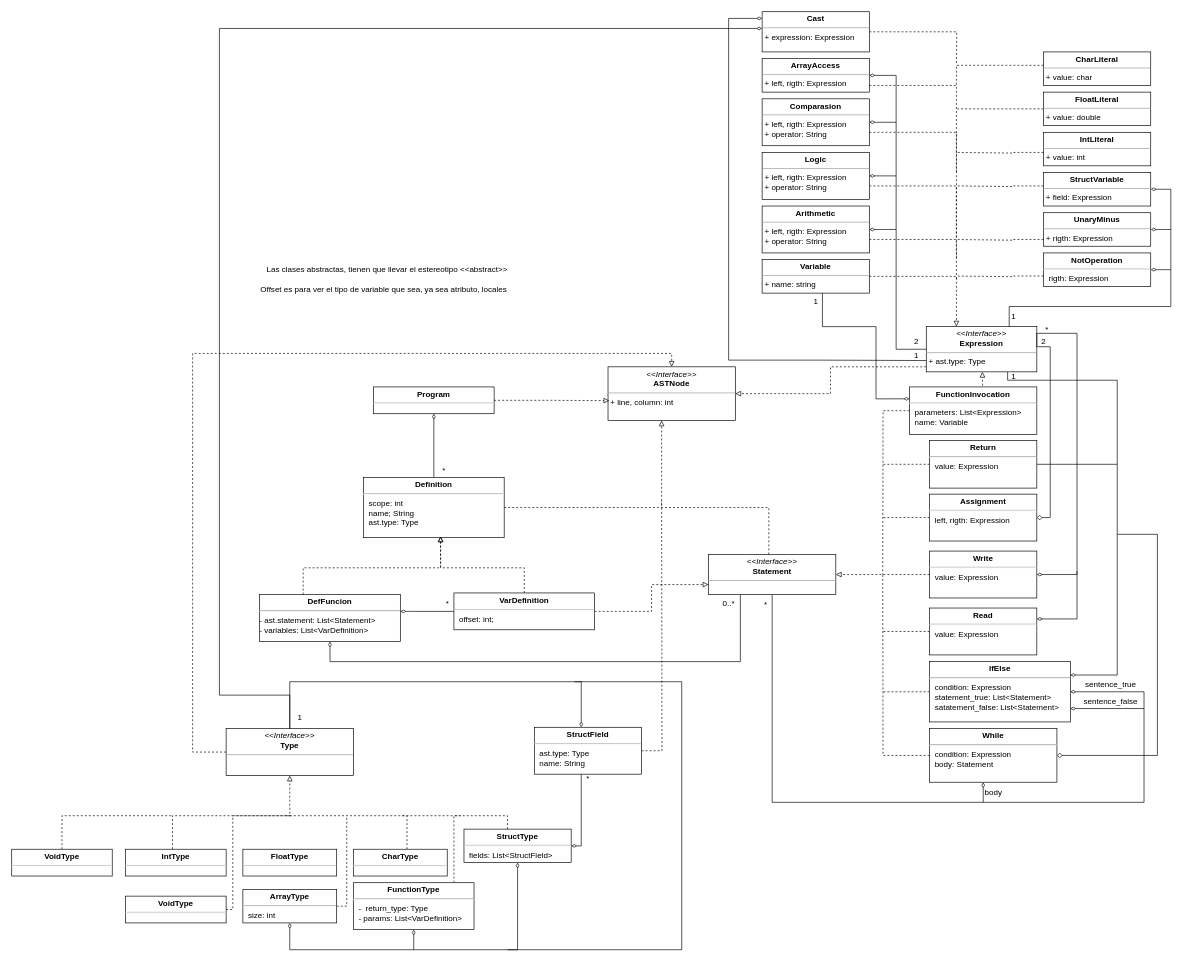
This is page "Page-1" (1 of 2) of diagrams/lab02-UO275780.drawio from AnaOstio/dlp, a draw.io file, before an edit. Source tidied: cells renumbered, new cells numbered last; positions are measured from the earlier drawing's top-left corner, leaving out a move shared by most shapes. Both pictures are drawn from the tidied source at 67%, with x=0, y=0 at pixel (11, 11).
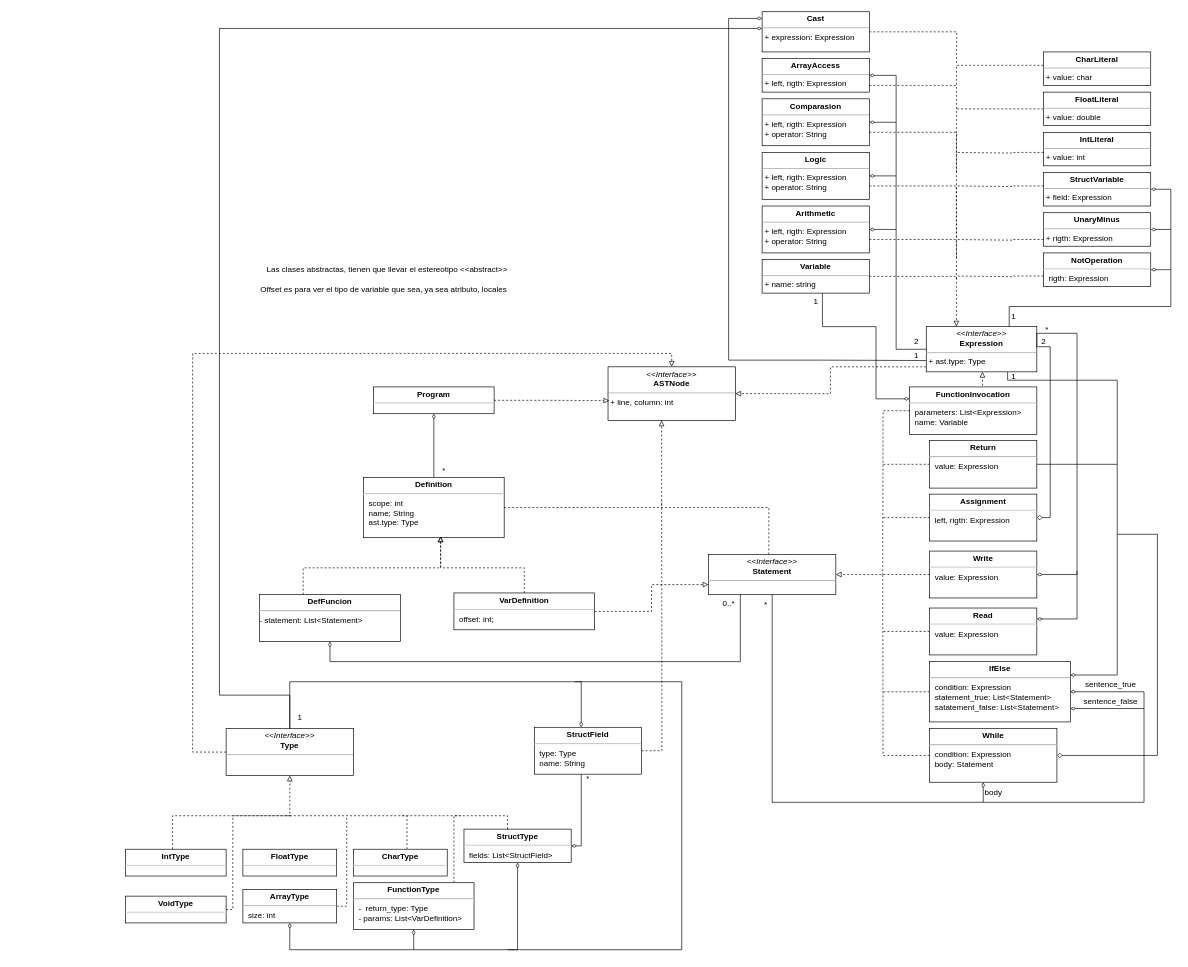
After the change.

Commit message:
Lab02 - Casa - diagram

The change refers to these unchanged cells:
```xml
<mxCell id="31" value="&lt;p style=&quot;margin: 4px 0px 0px; text-align: center;&quot;&gt;&lt;b&gt;VarDefinition&lt;/b&gt;&lt;/p&gt;&lt;hr&gt;&lt;p style=&quot;margin:0px;margin-left:8px;&quot;&gt;&lt;span style=&quot;background-color: initial;&quot;&gt;offset: int;&lt;/span&gt;&lt;/p&gt;" style="verticalAlign=top;align=left;overflow=fill;fontSize=12;fontFamily=Helvetica;html=1;whiteSpace=wrap;" parent="1" vertex="1">
  <mxGeometry x="660" y="867.5" width="210" height="55" as="geometry" />
</mxCell>
```

Diff of the diagram source:
```diff
@@
-    <mxCell id="27" style="edgeStyle=orthogonalEdgeStyle;rounded=0;jettySize=auto;html=1;entryX=0;entryY=0.5;entryDx=0;entryDy=0;endArrow=none;endFill=0;startArrow=diamondThin;startFill=0;" parent="1" edge="1" source="29" target="31">
-      <mxGeometry relative="1" as="geometry">
-        <Array as="points">
-          <mxPoint x="600" y="895" />
-          <mxPoint x="600" y="895" />
-        </Array>
-      </mxGeometry>
-    </mxCell>
@@
-    <mxCell id="29" value="&lt;p style=&quot;margin: 4px 0px 0px; text-align: center;&quot;&gt;&lt;b&gt;DefFuncion&lt;/b&gt;&lt;/p&gt;&lt;hr&gt;- ast.statement&lt;span style=&quot;background-color: initial;&quot;&gt;: List&amp;lt;Statement&amp;gt;&lt;br&gt;- variables: List&amp;lt;VarDefinition&amp;gt;&lt;br&gt;&lt;/span&gt;" style="verticalAlign=top;align=left;overflow=fill;fontSize=12;fontFamily=Helvetica;html=1;whiteSpace=wrap;" parent="1" vertex="1">
+    <mxCell id="29" value="&lt;p style=&quot;margin: 4px 0px 0px; text-align: center;&quot;&gt;&lt;b&gt;DefFuncion&lt;/b&gt;&lt;/p&gt;&lt;hr&gt;- statement&lt;span style=&quot;background-color: initial;&quot;&gt;: List&amp;lt;Statement&amp;gt;&lt;br&gt;&lt;/span&gt;" style="verticalAlign=top;align=left;overflow=fill;fontSize=12;fontFamily=Helvetica;html=1;whiteSpace=wrap;" parent="1" vertex="1">
       <mxGeometry x="370" y="870" width="210" height="70" as="geometry" />
     </mxCell>
@@
-    <mxCell id="103" value="&lt;p style=&quot;margin: 4px 0px 0px; text-align: center;&quot;&gt;&lt;b&gt;StructField&lt;/b&gt;&lt;/p&gt;&lt;hr&gt;&lt;p style=&quot;margin:0px;margin-left:8px;&quot;&gt;ast.type: Type&lt;/p&gt;&lt;p style=&quot;margin:0px;margin-left:8px;&quot;&gt;name: String&lt;/p&gt;&lt;p style=&quot;margin:0px;margin-left:8px;&quot;&gt;&lt;br&gt;&lt;/p&gt;" style="verticalAlign=top;align=left;overflow=fill;fontSize=12;fontFamily=Helvetica;html=1;whiteSpace=wrap;" parent="1" vertex="1">
+    <mxCell id="103" value="&lt;p style=&quot;margin: 4px 0px 0px; text-align: center;&quot;&gt;&lt;b&gt;StructField&lt;/b&gt;&lt;/p&gt;&lt;hr&gt;&lt;p style=&quot;margin:0px;margin-left:8px;&quot;&gt;type: Type&lt;/p&gt;&lt;p style=&quot;margin:0px;margin-left:8px;&quot;&gt;name: String&lt;/p&gt;&lt;p style=&quot;margin:0px;margin-left:8px;&quot;&gt;&lt;br&gt;&lt;/p&gt;" style="verticalAlign=top;align=left;overflow=fill;fontSize=12;fontFamily=Helvetica;html=1;whiteSpace=wrap;" parent="1" vertex="1">
       <mxGeometry x="780" y="1068" width="160" height="70" as="geometry" />
     </mxCell>
@@
-    <mxCell id="110" value="*" style="text;html=1;align=center;verticalAlign=middle;strokeColor=none;fillColor=none;" parent="1" vertex="1">
-      <mxGeometry x="635" y="868" width="30" height="30" as="geometry" />
-    </mxCell>
@@
-    <mxCell id="118" style="edgeStyle=orthogonalEdgeStyle;rounded=0;jettySize=auto;html=1;endArrow=none;endFill=0;dashed=1;" parent="1" edge="1" source="119">
-      <mxGeometry relative="1" as="geometry">
-        <mxPoint x="240" y="1200" as="targetPoint" />
-        <Array as="points">
-          <mxPoint x="75" y="1200" />
-        </Array>
-      </mxGeometry>
-    </mxCell>
-    <mxCell id="119" value="&lt;p style=&quot;margin: 4px 0px 0px; text-align: center;&quot;&gt;&lt;b&gt;VoidType&lt;/b&gt;&lt;/p&gt;&lt;hr&gt;&lt;p style=&quot;margin:0px;margin-left:8px;&quot;&gt;&lt;br&gt;&lt;/p&gt;" style="verticalAlign=top;align=left;overflow=fill;fontSize=12;fontFamily=Helvetica;html=1;whiteSpace=wrap;" parent="1" vertex="1">
-      <mxGeometry y="1250" width="150" height="40" as="geometry" />
-    </mxCell>
```
